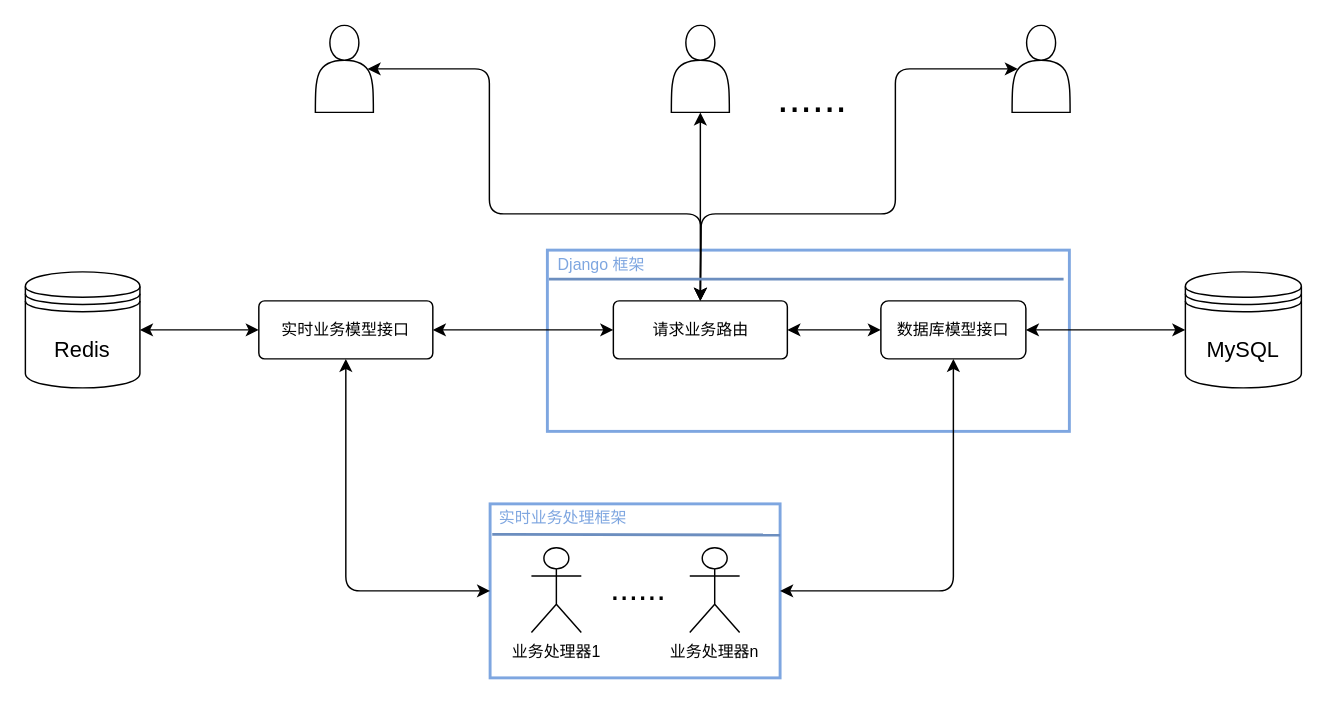
The draw.io diagram page "系统整体框架" (1 of 3) of 系统总框架.drawio in bedreamer/draw.io, before the edit. Source tidied: cells renumbered, new cells numbered last; positions are measured from the earlier drawing's top-left corner, leaving out a move shared by most shapes. Both pictures are drawn from the tidied source at 145%, with x=0, y=0 at pixel (25, 25).
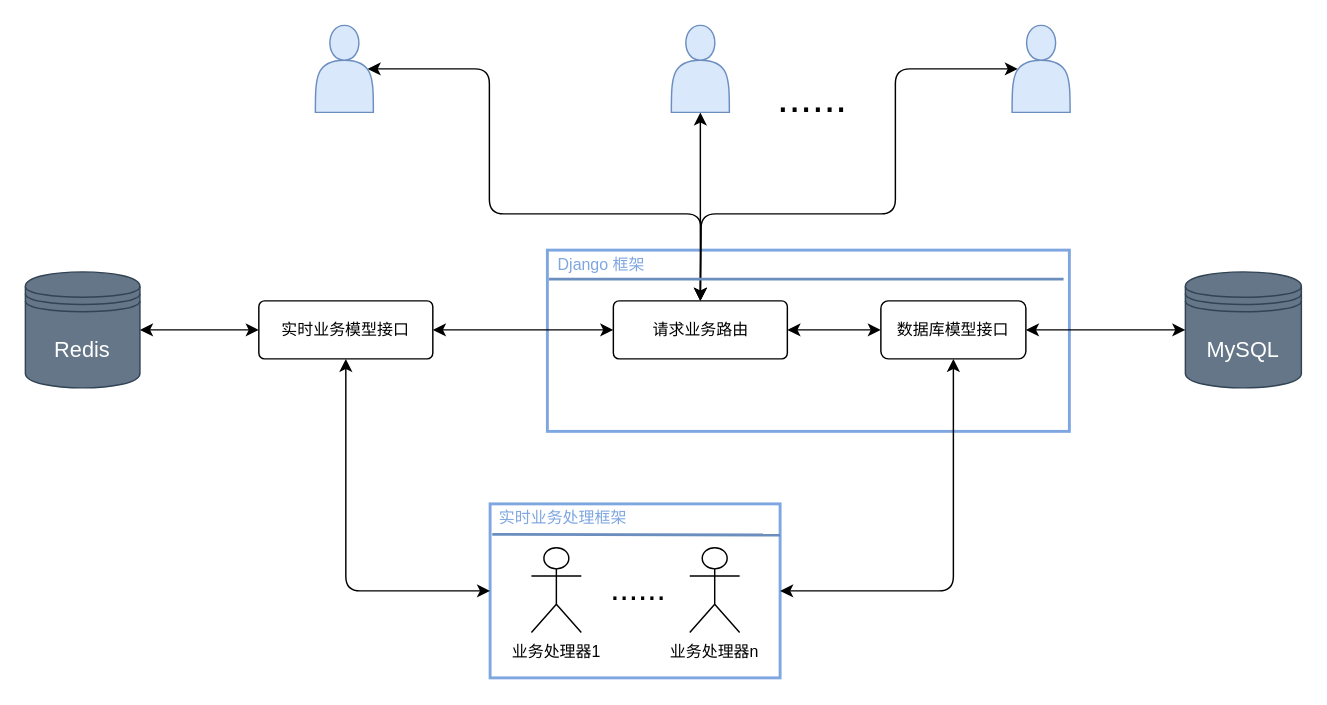
Above is the later version.

Commit message:
更新系统总框架.drawio

Change to the diagram source:
```diff
@@
-    <mxCell id="3" value="MySQL" style="shape=datastore;whiteSpace=wrap;html=1;fontSize=15;" parent="1" vertex="1">
+    <mxCell id="3" value="MySQL" style="shape=datastore;whiteSpace=wrap;html=1;fontSize=15;fillColor=#647687;strokeColor=#314354;fontColor=#ffffff;" parent="1" vertex="1">
       <mxGeometry x="800" y="170" width="80" height="80" as="geometry" />
     </mxCell>
-    <mxCell id="4" value="Redis" style="shape=datastore;whiteSpace=wrap;html=1;fontSize=15;" parent="1" vertex="1">
+    <mxCell id="4" value="Redis" style="shape=datastore;whiteSpace=wrap;html=1;fontSize=15;fillColor=#647687;strokeColor=#314354;fontColor=#ffffff;" parent="1" vertex="1">
       <mxGeometry y="170" width="79" height="80" as="geometry" />
     </mxCell>
@@
-    <mxCell id="23" style="shape=actor;whiteSpace=wrap;html=1;fontSize=23;" parent="1" vertex="1">
+    <mxCell id="23" style="shape=actor;whiteSpace=wrap;html=1;fontSize=23;fillColor=#dae8fc;strokeColor=#6c8ebf;" parent="1" vertex="1">
       <mxGeometry x="200" width="40" height="60" as="geometry" />
     </mxCell>
-    <mxCell id="24" style="shape=actor;whiteSpace=wrap;html=1;fontSize=23;" parent="1" vertex="1">
+    <mxCell id="24" style="shape=actor;whiteSpace=wrap;html=1;fontSize=23;fillColor=#dae8fc;strokeColor=#6c8ebf;" parent="1" vertex="1">
       <mxGeometry x="445.5" width="40" height="60" as="geometry" />
     </mxCell>
-    <mxCell id="25" style="shape=actor;whiteSpace=wrap;html=1;fontSize=23;" parent="1" vertex="1">
+    <mxCell id="25" style="shape=actor;whiteSpace=wrap;html=1;fontSize=23;fillColor=#dae8fc;strokeColor=#6c8ebf;" parent="1" vertex="1">
       <mxGeometry x="680.5" width="40" height="60" as="geometry" />
     </mxCell>
```
